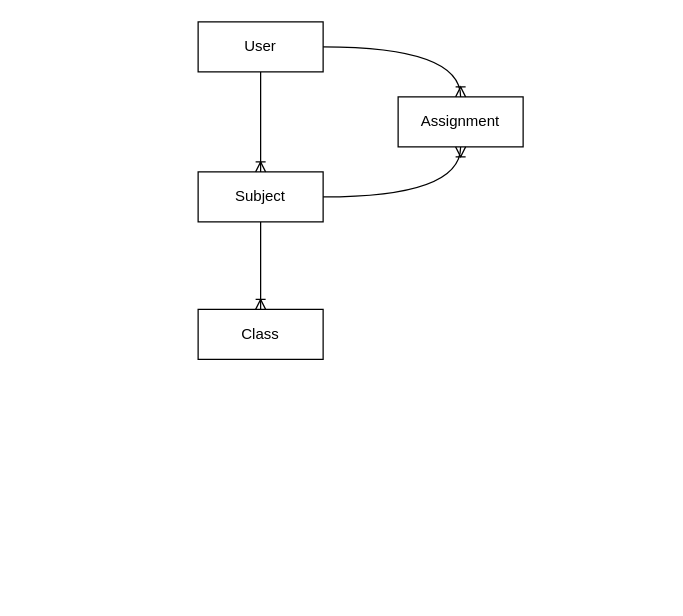
This is relations.drawio from NicolasBernal1/WhatsDueTomorrow-Backed, a draw.io file, before an edit. Source tidied: cells renumbered, new cells numbered last; positions are measured from the earlier drawing's top-left corner, leaving out a move shared by most shapes. Both pictures are drawn from the tidied source at 125%, with x=0, y=0 at pixel (198, 21).
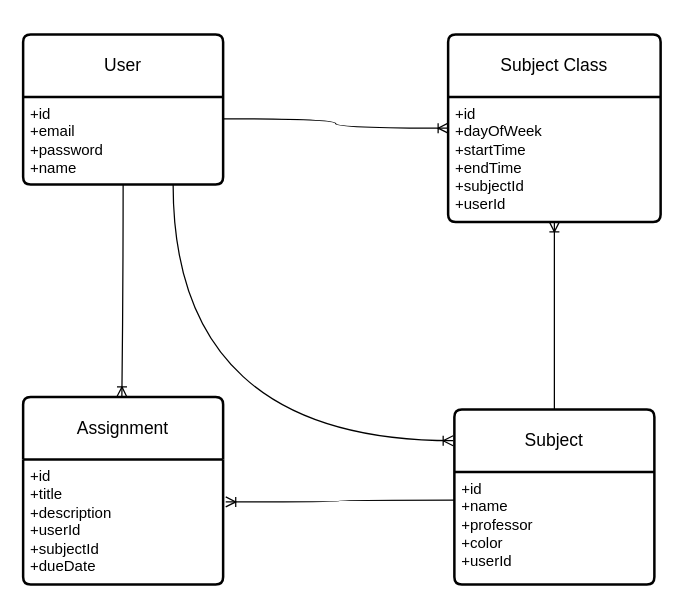
After the change.

Change to the diagram source:
```diff
@@
 <mxGraphModel>
   <root>
     <mxCell id="0" />
     <mxCell id="1" parent="0" />
+    <mxCell id="10" style="edgeStyle=none;html=1;" parent="1" edge="1" source="17" target="16">
+      <mxGeometry relative="1" as="geometry" />
+    </mxCell>
+    <mxCell id="11" style="edgeStyle=none;html=1;exitX=0.5;exitY=1;exitDx=0;exitDy=0;entryX=0.5;entryY=1;entryDx=0;entryDy=0;" parent="1" edge="1" source="13" target="4">
+      <mxGeometry relative="1" as="geometry" />
+    </mxCell>
-    <mxCell id="2" value="User" style="whiteSpace=wrap;html=1;align=center;" parent="1" vertex="1">
-      <mxGeometry width="100" height="40" as="geometry" />
+    <mxCell id="2" value="User" style="swimlane;horizontal=1;startSize=50;rounded=1;fontSize=14;fontStyle=0;strokeWidth=2;shadow=0;dashed=0;align=center;arcSize=4;whiteSpace=wrap;html=1;" parent="1" vertex="1">
+      <mxGeometry x="-140" y="10" width="160" height="120" as="geometry" />
     </mxCell>
+    <mxCell id="12" value="+id&lt;div&gt;+email&lt;br&gt;&lt;/div&gt;&lt;div&gt;+password&lt;/div&gt;&lt;div&gt;+name&lt;/div&gt;" style="align=left;strokeColor=none;fillColor=none;spacingLeft=4;fontSize=12;verticalAlign=top;html=1;" parent="2" vertex="1">
+      <mxGeometry y="50" width="160" height="70" as="geometry" />
+    </mxCell>
+    <mxCell id="4" value="Assignment" style="swimlane;horizontal=1;startSize=50;rounded=1;fontSize=14;fontStyle=0;strokeWidth=2;shadow=0;dashed=0;align=center;arcSize=4;whiteSpace=wrap;html=1;" parent="1" vertex="1">
+      <mxGeometry x="-140" y="300" width="160" height="150" as="geometry" />
+    </mxCell>
+    <mxCell id="13" value="+id&lt;div&gt;+title&lt;/div&gt;&lt;div&gt;+description&lt;/div&gt;&lt;div&gt;+userId&lt;/div&gt;&lt;div&gt;+subjectId&lt;/div&gt;&lt;div&gt;+dueDate&lt;/div&gt;" style="align=left;strokeColor=none;fillColor=none;spacingLeft=4;fontSize=12;verticalAlign=top;html=1;" parent="4" vertex="1">
+      <mxGeometry y="50" width="160" height="100" as="geometry" />
+    </mxCell>
+    <mxCell id="14" style="edgeStyle=orthogonalEdgeStyle;fontSize=12;html=1;endArrow=ERoneToMany;exitX=0.5;exitY=1;exitDx=0;exitDy=0;entryX=-0.006;entryY=0.41;entryDx=0;entryDy=0;entryPerimeter=0;curved=1;" parent="4" edge="1" source="12">
+      <mxGeometry relative="1" as="geometry">
+        <mxPoint x="79" as="targetPoint" />
+      </mxGeometry>
+    </mxCell>
-    <mxCell id="3" value="Subject" style="whiteSpace=wrap;html=1;align=center;" parent="1" vertex="1">
-      <mxGeometry y="120" width="100" height="40" as="geometry" />
+    <mxCell id="3" value="Subject" style="swimlane;horizontal=1;startSize=50;rounded=1;fontSize=14;fontStyle=0;strokeWidth=2;shadow=0;dashed=0;align=center;arcSize=4;whiteSpace=wrap;html=1;" parent="1" vertex="1">
+      <mxGeometry x="205" y="310" width="160" height="140" as="geometry" />
     </mxCell>
-    <mxCell id="4" value="Assignment" style="whiteSpace=wrap;html=1;align=center;" parent="1" vertex="1">
-      <mxGeometry x="160" y="60" width="100" height="40" as="geometry" />
-    </mxCell>
-    <mxCell id="5" style="edgeStyle=orthogonalEdgeStyle;fontSize=12;html=1;endArrow=ERoneToMany;curved=1;exitX=0.5;exitY=1;exitDx=0;exitDy=0;entryX=0.5;entryY=0;entryDx=0;entryDy=0;" parent="1" edge="1" source="2" target="3">
-      <mxGeometry relative="1" as="geometry" />
-    </mxCell>
-    <mxCell id="6" style="edgeStyle=orthogonalEdgeStyle;fontSize=12;html=1;endArrow=ERoneToMany;curved=1;exitX=1;exitY=0.5;exitDx=0;exitDy=0;entryX=0.5;entryY=1;entryDx=0;entryDy=0;" parent="1" edge="1" source="3" target="4">
-      <mxGeometry relative="1" as="geometry" />
-    </mxCell>
-    <mxCell id="7" style="edgeStyle=orthogonalEdgeStyle;fontSize=12;html=1;endArrow=ERoneToMany;curved=1;exitX=1;exitY=0.5;exitDx=0;exitDy=0;entryX=0.5;entryY=0;entryDx=0;entryDy=0;" parent="1" edge="1" source="2" target="4">
-      <mxGeometry relative="1" as="geometry" />
-    </mxCell>
-    <mxCell id="8" value="Class" style="whiteSpace=wrap;html=1;align=center;" parent="1" vertex="1">
-      <mxGeometry y="230" width="100" height="40" as="geometry" />
-    </mxCell>
-    <mxCell id="9" style="edgeStyle=orthogonalEdgeStyle;fontSize=12;html=1;endArrow=ERoneToMany;curved=1;exitX=0.5;exitY=1;exitDx=0;exitDy=0;entryX=0.5;entryY=0;entryDx=0;entryDy=0;" parent="1" edge="1" source="3" target="8">
-      <mxGeometry relative="1" as="geometry" />
-    </mxCell>
+    <mxCell id="15" value="+id&lt;div&gt;+name&lt;/div&gt;&lt;div&gt;+professor&lt;/div&gt;&lt;div&gt;+color&lt;/div&gt;&lt;div&gt;+userId&lt;/div&gt;" style="align=left;strokeColor=none;fillColor=none;spacingLeft=4;fontSize=12;verticalAlign=top;html=1;" parent="3" vertex="1">
+      <mxGeometry y="50" width="160" height="90" as="geometry" />
+    </mxCell>
+    <mxCell id="16" value="Subject Class" style="swimlane;horizontal=1;startSize=50;rounded=1;fontSize=14;fontStyle=0;strokeWidth=2;shadow=0;dashed=0;align=center;arcSize=4;whiteSpace=wrap;html=1;" parent="1" vertex="1">
+      <mxGeometry x="200" y="10" width="170" height="150" as="geometry" />
+    </mxCell>
+    <mxCell id="17" value="+id&lt;div&gt;+dayOfWeek&lt;/div&gt;&lt;div&gt;+startTime&lt;/div&gt;&lt;div&gt;+endTime&lt;/div&gt;&lt;div&gt;+subjectId&lt;/div&gt;&lt;div&gt;+userId&lt;/div&gt;" style="align=left;strokeColor=none;fillColor=none;spacingLeft=4;fontSize=12;verticalAlign=top;html=1;" parent="16" vertex="1">
+      <mxGeometry y="50" width="170" height="100" as="geometry" />
+    </mxCell>
+    <mxCell id="18" style="edgeStyle=orthogonalEdgeStyle;fontSize=12;html=1;endArrow=ERoneToMany;exitX=0;exitY=0.25;exitDx=0;exitDy=0;curved=1;entryX=1.013;entryY=0.34;entryDx=0;entryDy=0;entryPerimeter=0;" parent="1" edge="1" source="15" target="13">
+      <mxGeometry relative="1" as="geometry" />
+    </mxCell>
+    <mxCell id="19" style="edgeStyle=orthogonalEdgeStyle;fontSize=12;html=1;endArrow=ERoneToMany;exitX=0.75;exitY=1;exitDx=0;exitDy=0;entryX=-0.006;entryY=0.179;entryDx=0;entryDy=0;entryPerimeter=0;curved=1;" parent="1" edge="1" source="12" target="3">
+      <mxGeometry relative="1" as="geometry" />
+    </mxCell>
+    <mxCell id="20" style="edgeStyle=orthogonalEdgeStyle;fontSize=12;html=1;endArrow=ERoneToMany;exitX=0.5;exitY=0;exitDx=0;exitDy=0;entryX=0.5;entryY=1;entryDx=0;entryDy=0;curved=1;" parent="1" edge="1" source="3" target="17">
+      <mxGeometry relative="1" as="geometry" />
+    </mxCell>
+    <mxCell id="21" style="edgeStyle=orthogonalEdgeStyle;fontSize=12;html=1;endArrow=ERoneToMany;exitX=1;exitY=0.25;exitDx=0;exitDy=0;entryX=0;entryY=0.25;entryDx=0;entryDy=0;curved=1;" parent="1" edge="1" source="12" target="17">
+      <mxGeometry relative="1" as="geometry" />
+    </mxCell>
   </root>
 </mxGraphModel>
```
